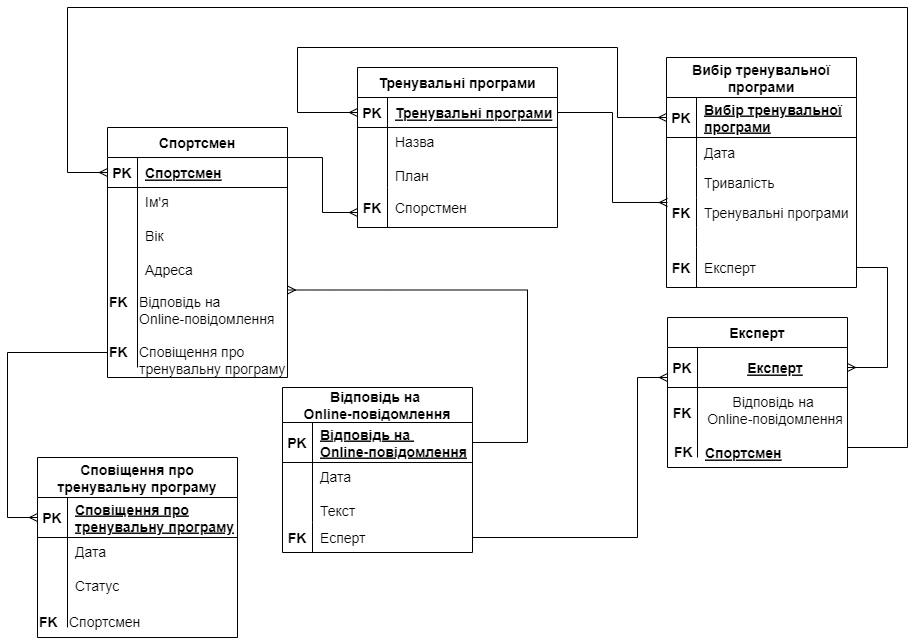
The draw.io diagram 2-SoftwareDesign/2.3-DataModel/ReiDB.png in oleksandrblazhko/ai-212-socheslo, before a commit. Source tidied: cells renumbered, new cells last; positions are measured from the earlier drawing's top-left corner, leaving out a move shared by most shapes. The source it was exported from:
```xml
<mxGraphModel>
  <root>
    <mxCell id="0" />
    <mxCell id="1" parent="0" />
    <mxCell id="2" value="Тренувальні програми" style="shape=table;startSize=30;rowLines=0;fontStyle=1;align=center;fontSize=14;" parent="1" vertex="1">
      <mxGeometry x="350" y="60" width="200" height="160" as="geometry" />
    </mxCell>
    <mxCell id="3" style="shape=partialRectangle;fillColor=none;top=0;left=0;bottom=1;right=0;points=[[0,0.5],[1,0.5]];portConstraint=eastwest;" parent="2" vertex="1">
      <mxGeometry y="30" width="200" height="30" as="geometry" />
    </mxCell>
    <mxCell id="4" value="PK" style="shape=partialRectangle;fillColor=none;top=0;left=0;bottom=0;right=0;fontStyle=1;overflow=hidden;fontSize=14;" parent="3" vertex="1">
      <mxGeometry width="30" height="30" as="geometry" />
    </mxCell>
    <mxCell id="5" value="Тренувальні програми" style="shape=partialRectangle;fillColor=none;top=0;left=0;bottom=0;right=0;align=left;spacingLeft=6;fontStyle=5;overflow=hidden;fontSize=14;" parent="3" vertex="1">
      <mxGeometry x="30" width="170" height="30" as="geometry" />
    </mxCell>
    <mxCell id="6" style="shape=partialRectangle;fillColor=none;top=0;left=0;bottom=0;right=0;" parent="2" vertex="1">
      <mxGeometry y="60" width="200" height="60" as="geometry" />
    </mxCell>
    <mxCell id="7" style="shape=partialRectangle;fillColor=none;top=0;left=0;bottom=0;right=0;overflow=hidden;" parent="6" vertex="1">
      <mxGeometry width="30" height="60" as="geometry" />
    </mxCell>
    <mxCell id="8" value="Назва&#10;&#10;План" style="shape=partialRectangle;fillColor=none;top=0;left=0;bottom=0;right=0;align=left;spacingLeft=6;overflow=hidden;fontSize=14;verticalAlign=top;" parent="6" vertex="1">
      <mxGeometry x="30" width="170" height="60" as="geometry" />
    </mxCell>
    <mxCell id="9" style="shape=partialRectangle;fillColor=none;top=0;left=0;bottom=0;right=0;" parent="2" vertex="1">
      <mxGeometry y="120" width="200" height="40" as="geometry" />
    </mxCell>
    <mxCell id="10" value="FK" style="shape=partialRectangle;fillColor=none;top=0;left=0;bottom=0;right=0;overflow=hidden;fontStyle=1;fontSize=14;" parent="9" vertex="1">
      <mxGeometry width="30" height="40" as="geometry" />
    </mxCell>
    <mxCell id="11" value="Спорстмен" style="shape=partialRectangle;fillColor=none;top=0;left=0;bottom=0;right=0;align=left;spacingLeft=6;overflow=hidden;fontSize=14;" parent="9" vertex="1">
      <mxGeometry x="30" width="170" height="40" as="geometry" />
    </mxCell>
    <mxCell id="12" value="Спортсмен" style="shape=table;startSize=30;rowLines=0;fontStyle=1;align=center;fontSize=14;" parent="1" vertex="1">
      <mxGeometry x="100" y="120" width="180" height="250" as="geometry" />
    </mxCell>
    <mxCell id="13" style="shape=partialRectangle;fillColor=none;top=0;left=0;bottom=1;right=0;points=[[0,0.5],[1,0.5]];portConstraint=eastwest;" parent="12" vertex="1">
      <mxGeometry y="30" width="180" height="30" as="geometry" />
    </mxCell>
    <mxCell id="14" value="PK" style="shape=partialRectangle;fillColor=none;top=0;left=0;bottom=0;right=0;fontStyle=1;overflow=hidden;fontSize=14;" parent="13" vertex="1">
      <mxGeometry width="30" height="30" as="geometry" />
    </mxCell>
    <mxCell id="15" value="Спортсмен" style="shape=partialRectangle;fillColor=none;top=0;left=0;bottom=0;right=0;align=left;spacingLeft=6;fontStyle=5;overflow=hidden;fontSize=14;" parent="13" vertex="1">
      <mxGeometry x="30" width="150" height="30" as="geometry" />
    </mxCell>
    <mxCell id="16" style="shape=partialRectangle;fillColor=none;top=0;left=0;bottom=0;right=0;" parent="12" vertex="1">
      <mxGeometry y="60" width="180" height="180" as="geometry" />
    </mxCell>
    <mxCell id="17" style="shape=partialRectangle;fillColor=none;top=0;left=0;bottom=0;right=0;overflow=hidden;" parent="16" vertex="1">
      <mxGeometry width="30" height="180" as="geometry" />
    </mxCell>
    <mxCell id="18" value="Ім'я&#10;&#10;Вік&#10;&#10;Адреса" style="shape=partialRectangle;fillColor=none;top=0;left=0;bottom=0;right=0;align=left;spacingLeft=6;overflow=hidden;verticalAlign=top;fontSize=14;" parent="16" vertex="1">
      <mxGeometry x="30" width="150" height="180" as="geometry" />
    </mxCell>
    <mxCell id="19" style="edgeStyle=elbowEdgeStyle;fontSize=12;html=1;endArrow=ERmany;rounded=0;entryX=0;entryY=0.5;entryDx=0;entryDy=0;exitX=1;exitY=0.5;exitDx=0;exitDy=0;" parent="1" edge="1" source="3">
      <mxGeometry relative="1" as="geometry">
        <mxPoint x="660" y="195" as="targetPoint" />
      </mxGeometry>
    </mxCell>
    <mxCell id="20" value="Експерт" style="shape=table;startSize=30;rowLines=0;fontStyle=1;align=center;fontSize=14;" parent="1" vertex="1">
      <mxGeometry x="660" y="310" width="180" height="150" as="geometry" />
    </mxCell>
    <mxCell id="21" style="shape=partialRectangle;fillColor=none;top=0;left=0;bottom=1;right=0;points=[[0,0.5],[1,0.5]];portConstraint=eastwest;" parent="20" vertex="1">
      <mxGeometry y="30" width="180" height="40" as="geometry" />
    </mxCell>
    <mxCell id="22" value="PK" style="shape=partialRectangle;fillColor=none;top=0;left=0;bottom=0;right=0;fontStyle=1;overflow=hidden;fontSize=14;" parent="21" vertex="1">
      <mxGeometry width="30" height="40" as="geometry" />
    </mxCell>
    <mxCell id="23" value="Експерт" style="shape=partialRectangle;fillColor=none;top=0;left=0;bottom=0;right=0;align=center;spacingLeft=6;fontStyle=5;overflow=hidden;fontSize=14;" parent="21" vertex="1">
      <mxGeometry x="30" width="150" height="40" as="geometry" />
    </mxCell>
    <mxCell id="24" style="shape=partialRectangle;fillColor=none;top=0;left=0;bottom=0;right=0;" parent="20" vertex="1">
      <mxGeometry y="70" width="180" height="70" as="geometry" />
    </mxCell>
    <mxCell id="25" style="shape=partialRectangle;fillColor=none;top=0;left=0;bottom=0;right=0;overflow=hidden;" parent="24" vertex="1">
      <mxGeometry width="30" height="70" as="geometry" />
    </mxCell>
    <mxCell id="26" value="Відповідь на &#10;Online-повідомлення" style="shape=partialRectangle;fillColor=none;top=0;left=0;bottom=0;right=0;align=center;spacingLeft=6;overflow=hidden;verticalAlign=top;fontSize=14;" parent="24" vertex="1">
      <mxGeometry x="30" width="150" height="70" as="geometry" />
    </mxCell>
    <mxCell id="27" style="edgeStyle=elbowEdgeStyle;fontSize=12;html=1;endArrow=ERmany;rounded=0;entryX=0;entryY=0.5;entryDx=0;entryDy=0;" parent="1" edge="1">
      <mxGeometry relative="1" as="geometry">
        <mxPoint x="280" y="150" as="sourcePoint" />
        <mxPoint x="350" y="205" as="targetPoint" />
      </mxGeometry>
    </mxCell>
    <mxCell id="28" style="edgeStyle=elbowEdgeStyle;fontSize=12;html=1;endArrow=ERmany;rounded=0;exitX=1;exitY=0.5;exitDx=0;exitDy=0;" parent="1" edge="1" source="45" target="21">
      <mxGeometry relative="1" as="geometry">
        <Array as="points">
          <mxPoint x="880" y="280" />
          <mxPoint x="620" y="291.4" />
        </Array>
      </mxGeometry>
    </mxCell>
    <mxCell id="29" value="Вибір тренувальної&#10;програми" style="shape=table;startSize=40;rowLines=0;fontStyle=1;align=center;fontSize=14;" parent="1" vertex="1">
      <mxGeometry x="659" y="50" width="190" height="230" as="geometry" />
    </mxCell>
    <mxCell id="30" style="shape=partialRectangle;fillColor=none;top=0;left=0;bottom=1;right=0;points=[[0,0.5],[1,0.5]];portConstraint=eastwest;" parent="29" vertex="1">
      <mxGeometry y="40" width="190" height="40" as="geometry" />
    </mxCell>
    <mxCell id="31" value="PK" style="shape=partialRectangle;fillColor=none;top=0;left=0;bottom=0;right=0;fontStyle=1;overflow=hidden;fontSize=14;" parent="30" vertex="1">
      <mxGeometry width="30" height="40" as="geometry" />
    </mxCell>
    <mxCell id="32" value="Вибір тренувальної&#10;програми" style="shape=partialRectangle;fillColor=none;top=0;left=0;bottom=0;right=0;align=left;spacingLeft=6;fontStyle=5;overflow=hidden;fontSize=14;" parent="30" vertex="1">
      <mxGeometry x="30" width="160" height="40" as="geometry" />
    </mxCell>
    <mxCell id="33" style="shape=partialRectangle;fillColor=none;top=0;left=0;bottom=0;right=0;" parent="29" vertex="1">
      <mxGeometry y="80" width="190" height="30" as="geometry" />
    </mxCell>
    <mxCell id="34" style="shape=partialRectangle;fillColor=none;top=0;left=0;bottom=0;right=0;overflow=hidden;" parent="33" vertex="1">
      <mxGeometry width="30" height="30" as="geometry" />
    </mxCell>
    <mxCell id="35" value="Дата" style="shape=partialRectangle;fillColor=none;top=0;left=0;bottom=0;right=0;align=left;spacingLeft=6;overflow=hidden;fontSize=14;" parent="33" vertex="1">
      <mxGeometry x="30" width="160" height="30" as="geometry" />
    </mxCell>
    <mxCell id="36" style="shape=partialRectangle;fillColor=none;top=0;left=0;bottom=0;right=0;" parent="29" vertex="1">
      <mxGeometry y="110" width="190" height="30" as="geometry" />
    </mxCell>
    <mxCell id="37" style="shape=partialRectangle;fillColor=none;top=0;left=0;bottom=0;right=0;overflow=hidden;fontStyle=1;" parent="36" vertex="1">
      <mxGeometry width="30" height="30" as="geometry" />
    </mxCell>
    <mxCell id="38" value="Тривалість" style="shape=partialRectangle;fillColor=none;top=0;left=0;bottom=0;right=0;align=left;spacingLeft=6;overflow=hidden;fontSize=14;" parent="36" vertex="1">
      <mxGeometry x="30" width="160" height="30" as="geometry" />
    </mxCell>
    <mxCell id="39" style="shape=partialRectangle;fillColor=none;top=0;left=0;bottom=0;right=0;points=[[0,0.5],[1,0.5]];portConstraint=eastwest;" parent="29" vertex="1">
      <mxGeometry y="140" width="190" height="30" as="geometry" />
    </mxCell>
    <mxCell id="40" value="FK" style="shape=partialRectangle;fillColor=none;top=0;left=0;bottom=0;right=0;overflow=hidden;fontStyle=1;fontSize=14;" parent="39" vertex="1">
      <mxGeometry width="30" height="30" as="geometry" />
    </mxCell>
    <mxCell id="41" value="Тренувальні програми" style="shape=partialRectangle;fillColor=none;top=0;left=0;bottom=0;right=0;align=left;spacingLeft=6;overflow=hidden;fontSize=14;" parent="39" vertex="1">
      <mxGeometry x="30" width="160" height="30" as="geometry" />
    </mxCell>
    <mxCell id="42" style="shape=partialRectangle;fillColor=none;top=0;left=0;bottom=0;right=0;" parent="29" vertex="1">
      <mxGeometry y="170" width="190" height="20" as="geometry" />
    </mxCell>
    <mxCell id="43" style="shape=partialRectangle;fillColor=none;top=0;left=0;bottom=0;right=0;overflow=hidden;fontStyle=1;" parent="42" vertex="1">
      <mxGeometry width="30" height="20" as="geometry" />
    </mxCell>
    <mxCell id="44" style="shape=partialRectangle;fillColor=none;top=0;left=0;bottom=0;right=0;align=left;spacingLeft=6;overflow=hidden;fontSize=14;" parent="42" vertex="1">
      <mxGeometry x="30" width="160" height="20" as="geometry" />
    </mxCell>
    <mxCell id="45" style="shape=partialRectangle;fillColor=none;top=0;left=0;bottom=0;right=0;points=[[0,0.5],[1,0.5]];portConstraint=eastwest;" parent="29" vertex="1">
      <mxGeometry y="190" width="190" height="40" as="geometry" />
    </mxCell>
    <mxCell id="46" value="FK" style="shape=partialRectangle;fillColor=none;top=0;left=0;bottom=0;right=0;overflow=hidden;fontStyle=1;fontSize=14;" parent="45" vertex="1">
      <mxGeometry width="30" height="40" as="geometry" />
    </mxCell>
    <mxCell id="47" value="Експерт" style="shape=partialRectangle;fillColor=none;top=0;left=0;bottom=0;right=0;align=left;spacingLeft=6;overflow=hidden;fontSize=14;" parent="45" vertex="1">
      <mxGeometry x="30" width="160" height="40" as="geometry" />
    </mxCell>
    <mxCell id="48" value="FK" style="shape=partialRectangle;fillColor=none;top=0;left=0;bottom=0;right=0;overflow=hidden;fontStyle=1;fontSize=14;" parent="1" vertex="1">
      <mxGeometry x="660" y="390" width="30" height="30" as="geometry" />
    </mxCell>
    <mxCell id="49" style="edgeStyle=elbowEdgeStyle;fontSize=12;html=1;endArrow=ERmany;rounded=0;entryX=0;entryY=0.5;entryDx=0;entryDy=0;" parent="1" edge="1" target="30">
      <mxGeometry relative="1" as="geometry">
        <mxPoint x="290" y="40" as="sourcePoint" />
        <Array as="points">
          <mxPoint x="610" y="50" />
        </Array>
      </mxGeometry>
    </mxCell>
    <mxCell id="50" style="edgeStyle=elbowEdgeStyle;fontSize=12;html=1;endArrow=ERmany;rounded=0;entryX=0;entryY=0.5;entryDx=0;entryDy=0;" parent="1" edge="1" target="3">
      <mxGeometry relative="1" as="geometry">
        <mxPoint x="290" y="40" as="sourcePoint" />
        <Array as="points">
          <mxPoint x="290" y="70" />
        </Array>
      </mxGeometry>
    </mxCell>
    <mxCell id="51" value="Відповідь на &#10;Online-повідомлення" style="shape=table;startSize=35;rowLines=0;fontStyle=1;align=center;fontSize=14;" parent="1" vertex="1">
      <mxGeometry x="275" y="380" width="190" height="165" as="geometry" />
    </mxCell>
    <mxCell id="52" style="shape=partialRectangle;fillColor=none;top=0;left=0;bottom=1;right=0;points=[[0,0.5],[1,0.5]];portConstraint=eastwest;" parent="51" vertex="1">
      <mxGeometry y="35" width="190" height="40" as="geometry" />
    </mxCell>
    <mxCell id="53" value="PK" style="shape=partialRectangle;fillColor=none;top=0;left=0;bottom=0;right=0;fontStyle=1;overflow=hidden;fontSize=14;" parent="52" vertex="1">
      <mxGeometry width="30" height="40" as="geometry" />
    </mxCell>
    <mxCell id="54" value="Відповідь на &#10;Online-повідомлення" style="shape=partialRectangle;fillColor=none;top=0;left=0;bottom=0;right=0;align=left;spacingLeft=6;fontStyle=5;overflow=hidden;fontSize=14;" parent="52" vertex="1">
      <mxGeometry x="30" width="160" height="40" as="geometry" />
    </mxCell>
    <mxCell id="55" style="shape=partialRectangle;fillColor=none;top=0;left=0;bottom=0;right=0;" parent="51" vertex="1">
      <mxGeometry y="75" width="190" height="60" as="geometry" />
    </mxCell>
    <mxCell id="56" style="shape=partialRectangle;fillColor=none;top=0;left=0;bottom=0;right=0;overflow=hidden;" parent="55" vertex="1">
      <mxGeometry width="30" height="60" as="geometry" />
    </mxCell>
    <mxCell id="57" value="Дата&#10;&#10;Текст" style="shape=partialRectangle;fillColor=none;top=0;left=0;bottom=0;right=0;align=left;spacingLeft=6;overflow=hidden;fontSize=14;verticalAlign=top;" parent="55" vertex="1">
      <mxGeometry x="30" width="160" height="60" as="geometry" />
    </mxCell>
    <mxCell id="58" style="shape=partialRectangle;fillColor=none;top=0;left=0;bottom=0;right=0;points=[[0,0.5],[1,0.5]];portConstraint=eastwest;" parent="51" vertex="1">
      <mxGeometry y="135" width="190" height="30" as="geometry" />
    </mxCell>
    <mxCell id="59" value="FK" style="shape=partialRectangle;fillColor=none;top=0;left=0;bottom=0;right=0;overflow=hidden;fontStyle=1;fontSize=14;" parent="58" vertex="1">
      <mxGeometry width="30" height="30" as="geometry" />
    </mxCell>
    <mxCell id="60" value="Есперт" style="shape=partialRectangle;fillColor=none;top=0;left=0;bottom=0;right=0;align=left;spacingLeft=6;overflow=hidden;fontSize=14;" parent="58" vertex="1">
      <mxGeometry x="30" width="160" height="30" as="geometry" />
    </mxCell>
    <mxCell id="61" value="&lt;b&gt;&lt;font style=&quot;font-size: 14px;&quot;&gt;FK&lt;/font&gt;&lt;/b&gt;" style="text;whiteSpace=wrap;html=1;" parent="1" vertex="1">
      <mxGeometry x="100" y="280" width="20" height="20" as="geometry" />
    </mxCell>
    <mxCell id="62" value="&lt;font style=&quot;font-size: 14px;&quot;&gt;Відповідь на &lt;br&gt;Online-повідомлення&lt;br&gt;&lt;br&gt;Сповіщення про&lt;br&gt;тренувальну програму&lt;br&gt;&lt;br&gt;&lt;/font&gt;" style="text;whiteSpace=wrap;html=1;align=left;" parent="1" vertex="1">
      <mxGeometry x="130" y="280" width="150" height="20" as="geometry" />
    </mxCell>
    <mxCell id="63" style="edgeStyle=elbowEdgeStyle;fontSize=12;html=1;endArrow=ERmany;rounded=0;entryX=1;entryY=0.5;entryDx=0;entryDy=0;" parent="1" edge="1" source="52">
      <mxGeometry relative="1" as="geometry">
        <mxPoint x="280" y="282.5" as="targetPoint" />
        <Array as="points">
          <mxPoint x="520" y="330" />
        </Array>
      </mxGeometry>
    </mxCell>
    <mxCell id="64" value="&lt;b&gt;&lt;font style=&quot;font-size: 14px;&quot;&gt;FK&lt;/font&gt;&lt;/b&gt;" style="text;whiteSpace=wrap;html=1;" parent="1" vertex="1">
      <mxGeometry x="665" y="430" width="20" height="20" as="geometry" />
    </mxCell>
    <mxCell id="65" value="Спортсмен" style="shape=partialRectangle;fillColor=none;top=0;left=0;bottom=0;right=0;align=left;spacingLeft=6;fontStyle=5;overflow=hidden;fontSize=14;" parent="1" vertex="1">
      <mxGeometry x="690" y="430" width="150" height="30" as="geometry" />
    </mxCell>
    <mxCell id="66" style="edgeStyle=elbowEdgeStyle;fontSize=12;html=1;endArrow=ERmany;rounded=0;entryX=0;entryY=0.5;entryDx=0;entryDy=0;" parent="1" edge="1" target="13">
      <mxGeometry relative="1" as="geometry">
        <mxPoint x="900" as="sourcePoint" />
        <Array as="points">
          <mxPoint x="60" y="70" />
        </Array>
      </mxGeometry>
    </mxCell>
    <mxCell id="67" style="endArrow=none;html=1;rounded=0;" parent="1" edge="1">
      <mxGeometry relative="1" as="geometry">
        <mxPoint x="900" y="440" as="sourcePoint" />
        <mxPoint x="900" as="targetPoint" />
      </mxGeometry>
    </mxCell>
    <mxCell id="68" style="endArrow=none;html=1;rounded=0;" parent="1" edge="1">
      <mxGeometry relative="1" as="geometry">
        <mxPoint x="840" y="440" as="sourcePoint" />
        <mxPoint x="900" y="440" as="targetPoint" />
      </mxGeometry>
    </mxCell>
    <mxCell id="69" value="Сповіщення про&#10;тренувальну програму" style="shape=table;startSize=40;rowLines=0;fontStyle=1;align=center;fontSize=14;" parent="1" vertex="1">
      <mxGeometry x="30" y="450" width="200" height="180" as="geometry" />
    </mxCell>
    <mxCell id="70" style="shape=partialRectangle;fillColor=none;top=0;left=0;bottom=1;right=0;points=[[0,0.5],[1,0.5]];portConstraint=eastwest;" parent="69" vertex="1">
      <mxGeometry y="40" width="200" height="40" as="geometry" />
    </mxCell>
    <mxCell id="71" value="PK" style="shape=partialRectangle;fillColor=none;top=0;left=0;bottom=0;right=0;fontStyle=1;overflow=hidden;fontSize=14;" parent="70" vertex="1">
      <mxGeometry width="30" height="40" as="geometry" />
    </mxCell>
    <mxCell id="72" value="Сповіщення про&#10;тренувальну програму" style="shape=partialRectangle;fillColor=none;top=0;left=0;bottom=0;right=0;align=left;spacingLeft=6;fontStyle=5;overflow=hidden;fontSize=14;" parent="70" vertex="1">
      <mxGeometry x="30" width="170" height="40" as="geometry" />
    </mxCell>
    <mxCell id="73" style="shape=partialRectangle;fillColor=none;top=0;left=0;bottom=0;right=0;" parent="69" vertex="1">
      <mxGeometry y="80" width="200" height="90" as="geometry" />
    </mxCell>
    <mxCell id="74" style="shape=partialRectangle;fillColor=none;top=0;left=0;bottom=0;right=0;overflow=hidden;" parent="73" vertex="1">
      <mxGeometry width="30" height="90" as="geometry" />
    </mxCell>
    <mxCell id="75" value="Дата&#10;&#10;Статус&#10;" style="shape=partialRectangle;fillColor=none;top=0;left=0;bottom=0;right=0;align=left;spacingLeft=6;overflow=hidden;verticalAlign=top;fontSize=14;" parent="73" vertex="1">
      <mxGeometry x="30" width="170" height="90" as="geometry" />
    </mxCell>
    <mxCell id="76" value="&lt;b&gt;&lt;font style=&quot;font-size: 14px;&quot;&gt;FK&lt;/font&gt;&lt;/b&gt;" style="text;whiteSpace=wrap;html=1;" parent="1" vertex="1">
      <mxGeometry x="30" y="600" width="20" height="20" as="geometry" />
    </mxCell>
    <mxCell id="77" value="&lt;span style=&quot;font-size: 14px;&quot;&gt;Спортсмен&lt;/span&gt;" style="text;whiteSpace=wrap;html=1;align=left;" parent="1" vertex="1">
      <mxGeometry x="60" y="600" width="170" height="30" as="geometry" />
    </mxCell>
    <mxCell id="78" value="&lt;b&gt;&lt;font style=&quot;font-size: 14px;&quot;&gt;FK&lt;/font&gt;&lt;/b&gt;" style="text;whiteSpace=wrap;html=1;" parent="1" vertex="1">
      <mxGeometry x="100" y="330" width="20" height="30" as="geometry" />
    </mxCell>
    <mxCell id="79" style="edgeStyle=elbowEdgeStyle;fontSize=12;html=1;endArrow=ERmany;rounded=0;exitX=0;exitY=0.5;exitDx=0;exitDy=0;entryX=0;entryY=0.5;entryDx=0;entryDy=0;" parent="1" edge="1" source="78" target="70">
      <mxGeometry relative="1" as="geometry">
        <Array as="points">
          <mxPoint y="440" />
        </Array>
      </mxGeometry>
    </mxCell>
    <mxCell id="80" style="edgeStyle=elbowEdgeStyle;fontSize=12;html=1;endArrow=ERmany;rounded=0;entryX=0;entryY=0.75;entryDx=0;entryDy=0;exitX=1;exitY=0.5;exitDx=0;exitDy=0;entryPerimeter=0;" parent="1" edge="1" source="58" target="21">
      <mxGeometry relative="1" as="geometry">
        <Array as="points">
          <mxPoint x="630" y="400" />
        </Array>
      </mxGeometry>
    </mxCell>
  </root>
</mxGraphModel>
```
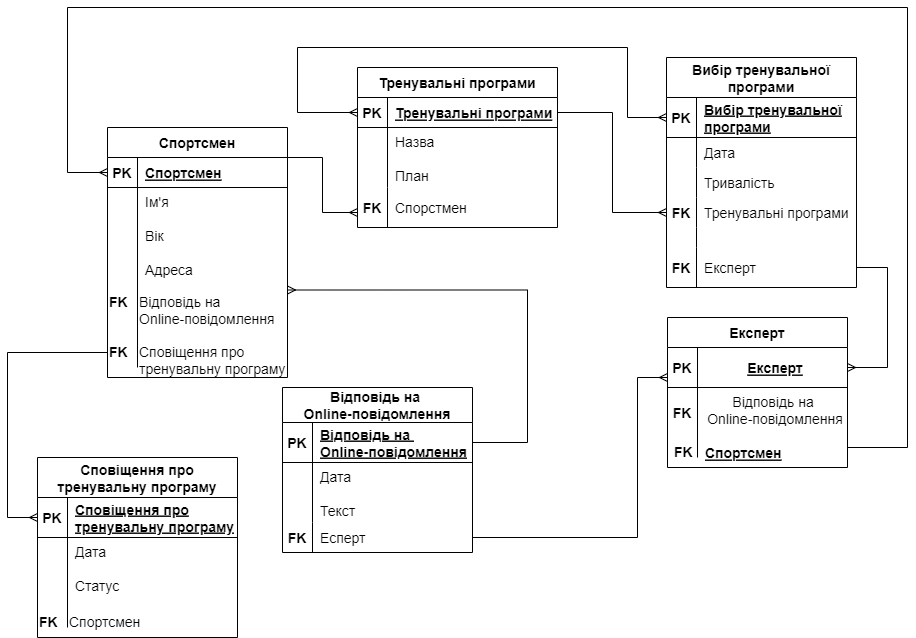
Above is the later version.

What changed in the source:
```diff
@@ -53,10 +53,8 @@
     <mxCell id="18" value="Ім'я&#10;&#10;Вік&#10;&#10;Адреса" style="shape=partialRectangle;fillColor=none;top=0;left=0;bottom=0;right=0;align=left;spacingLeft=6;overflow=hidden;verticalAlign=top;fontSize=14;" parent="16" vertex="1">
       <mxGeometry x="30" width="150" height="180" as="geometry" />
     </mxCell>
-    <mxCell id="19" style="edgeStyle=elbowEdgeStyle;fontSize=12;html=1;endArrow=ERmany;rounded=0;entryX=0;entryY=0.5;entryDx=0;entryDy=0;exitX=1;exitY=0.5;exitDx=0;exitDy=0;" parent="1" edge="1" source="3">
-      <mxGeometry relative="1" as="geometry">
-        <mxPoint x="660" y="195" as="targetPoint" />
-      </mxGeometry>
+    <mxCell id="19" style="edgeStyle=elbowEdgeStyle;fontSize=12;html=1;endArrow=ERmany;rounded=0;entryX=0;entryY=0.5;entryDx=0;entryDy=0;exitX=1;exitY=0.5;exitDx=0;exitDy=0;" parent="1" edge="1" source="3" target="39">
+      <mxGeometry relative="1" as="geometry" />
     </mxCell>
     <mxCell id="20" value="Експерт" style="shape=table;startSize=30;rowLines=0;fontStyle=1;align=center;fontSize=14;" parent="1" vertex="1">
       <mxGeometry x="660" y="310" width="180" height="150" as="geometry" />
@@ -157,7 +155,7 @@
       <mxGeometry relative="1" as="geometry">
         <mxPoint x="290" y="40" as="sourcePoint" />
         <Array as="points">
-          <mxPoint x="610" y="50" />
+          <mxPoint x="620" y="70" />
         </Array>
       </mxGeometry>
     </mxCell>
```
